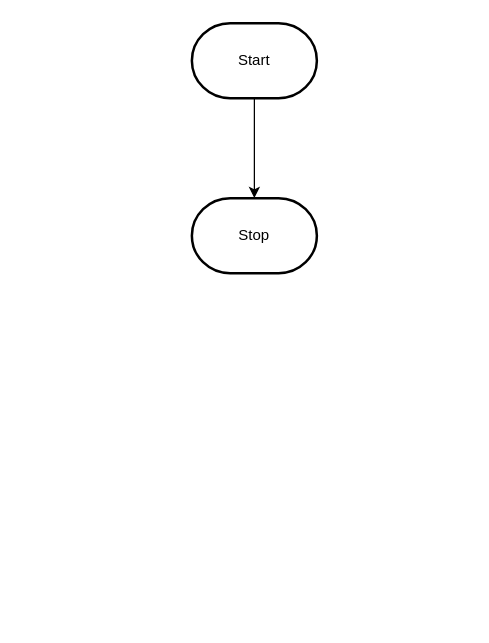
The draw.io diagram design/flowchart.drawio in MTHS-ICS2O-2-2022/ICS2O-Unit-5-07-jakub-malhotra, before the edit. Source tidied: cells renumbered, new cells numbered last; positions are measured from the earlier drawing's top-left corner, leaving out a move shared by most shapes. Both pictures are drawn from the tidied source at 125%, with x=0, y=0 at pixel (191, 22).
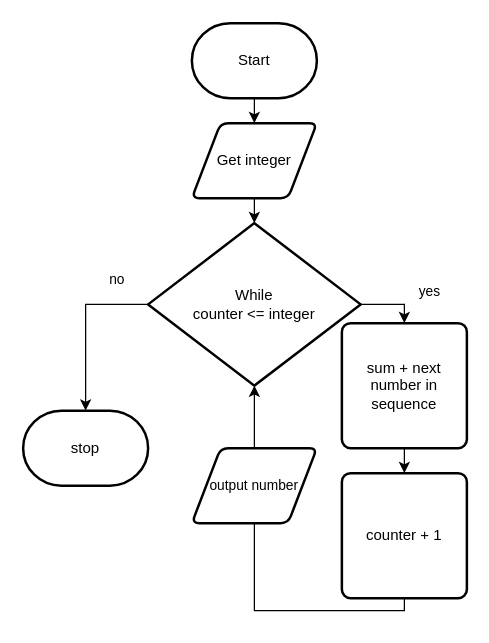
The same diagram, later.

Change to the diagram source:
```diff
@@
 <mxGraphModel>
   <root>
     <mxCell id="0" />
     <mxCell id="1" parent="0" />
-    <mxCell id="2" style="edgeStyle=orthogonalEdgeStyle;html=1;rounded=0;" parent="1" edge="1" source="3" target="4">
-      <mxGeometry relative="1" as="geometry" />
-    </mxCell>
+    <mxCell id="5" style="edgeStyle=none;html=1;" parent="1" edge="1" source="3" target="7">
+      <mxGeometry relative="1" as="geometry" />
+    </mxCell>
     <mxCell id="3" value="Start" style="strokeWidth=2;html=1;shape=mxgraph.flowchart.terminator;whiteSpace=wrap;" parent="1" vertex="1">
       <mxGeometry width="100" height="60" as="geometry" />
     </mxCell>
-    <mxCell id="4" value="Stop" style="strokeWidth=2;html=1;shape=mxgraph.flowchart.terminator;whiteSpace=wrap;" parent="1" vertex="1">
-      <mxGeometry y="140" width="100" height="60" as="geometry" />
-    </mxCell>
+    <mxCell id="6" style="edgeStyle=none;html=1;exitX=0.5;exitY=1;exitDx=0;exitDy=0;entryX=0.5;entryY=0;entryDx=0;entryDy=0;entryPerimeter=0;" parent="1" edge="1" source="7" target="11">
+      <mxGeometry relative="1" as="geometry" />
+    </mxCell>
+    <mxCell id="7" value="Get integer" style="shape=parallelogram;html=1;strokeWidth=2;perimeter=parallelogramPerimeter;whiteSpace=wrap;rounded=1;arcSize=12;size=0.23;" parent="1" vertex="1">
+      <mxGeometry y="80" width="100" height="60" as="geometry" />
+    </mxCell>
+    <mxCell id="8" style="edgeStyle=none;html=1;entryX=0.5;entryY=0;entryDx=0;entryDy=0;entryPerimeter=0;" parent="1" edge="1" target="11">
+      <mxGeometry relative="1" as="geometry">
+        <mxPoint x="50" y="200" as="sourcePoint" />
+      </mxGeometry>
+    </mxCell>
+    <mxCell id="9" style="edgeStyle=orthogonalEdgeStyle;html=1;exitX=1;exitY=0.5;exitDx=0;exitDy=0;exitPerimeter=0;entryX=0.5;entryY=0;entryDx=0;entryDy=0;rounded=0;" parent="1" edge="1" source="11" target="13">
+      <mxGeometry relative="1" as="geometry" />
+    </mxCell>
+    <mxCell id="10" style="edgeStyle=orthogonalEdgeStyle;html=1;exitX=0;exitY=0.5;exitDx=0;exitDy=0;exitPerimeter=0;entryX=0.5;entryY=0;entryDx=0;entryDy=0;entryPerimeter=0;rounded=0;" parent="1" edge="1" source="11" target="18">
+      <mxGeometry relative="1" as="geometry" />
+    </mxCell>
+    <mxCell id="11" value="While&lt;br&gt;counter &amp;lt;= integer" style="strokeWidth=2;html=1;shape=mxgraph.flowchart.decision;whiteSpace=wrap;" parent="1" vertex="1">
+      <mxGeometry x="-35" y="160" width="170" height="130" as="geometry" />
+    </mxCell>
+    <mxCell id="12" style="edgeStyle=orthogonalEdgeStyle;shape=connector;rounded=0;html=1;exitX=0.5;exitY=1;exitDx=0;exitDy=0;entryX=0.5;entryY=0;entryDx=0;entryDy=0;labelBackgroundColor=default;strokeColor=default;fontFamily=Helvetica;fontSize=11;fontColor=default;endArrow=classic;" parent="1" edge="1" source="13" target="15">
+      <mxGeometry relative="1" as="geometry" />
+    </mxCell>
+    <mxCell id="13" value="sum + next number in sequence" style="rounded=1;whiteSpace=wrap;html=1;absoluteArcSize=1;arcSize=14;strokeWidth=2;" parent="1" vertex="1">
+      <mxGeometry x="120" y="240" width="100" height="100" as="geometry" />
+    </mxCell>
+    <mxCell id="14" style="edgeStyle=orthogonalEdgeStyle;shape=connector;rounded=0;html=1;exitX=0.5;exitY=1;exitDx=0;exitDy=0;entryX=0.5;entryY=1;entryDx=0;entryDy=0;entryPerimeter=0;labelBackgroundColor=default;strokeColor=default;fontFamily=Helvetica;fontSize=11;fontColor=default;endArrow=classic;" parent="1" edge="1" source="15" target="11">
+      <mxGeometry relative="1" as="geometry" />
+    </mxCell>
+    <mxCell id="15" value="counter + 1" style="rounded=1;whiteSpace=wrap;html=1;absoluteArcSize=1;arcSize=14;strokeWidth=2;" parent="1" vertex="1">
+      <mxGeometry x="120" y="360" width="100" height="100" as="geometry" />
+    </mxCell>
+    <mxCell id="16" value="yes" style="text;html=1;align=center;verticalAlign=middle;strokeColor=none;fillColor=none;fontSize=11;fontFamily=Helvetica;fontColor=default;" parent="1" vertex="1">
+      <mxGeometry x="170" y="200" width="40" height="30" as="geometry" />
+    </mxCell>
+    <mxCell id="17" value="output number" style="shape=parallelogram;html=1;strokeWidth=2;perimeter=parallelogramPerimeter;whiteSpace=wrap;rounded=1;arcSize=12;size=0.23;fontFamily=Helvetica;fontSize=11;fontColor=default;" parent="1" vertex="1">
+      <mxGeometry y="340" width="100" height="60" as="geometry" />
+    </mxCell>
+    <mxCell id="18" value="stop" style="strokeWidth=2;html=1;shape=mxgraph.flowchart.terminator;whiteSpace=wrap;" parent="1" vertex="1">
+      <mxGeometry x="-135" y="310" width="100" height="60" as="geometry" />
+    </mxCell>
+    <mxCell id="19" value="no" style="text;html=1;align=center;verticalAlign=middle;strokeColor=none;fillColor=none;fontSize=11;fontFamily=Helvetica;fontColor=default;" parent="1" vertex="1">
+      <mxGeometry x="-80" y="190" width="40" height="30" as="geometry" />
+    </mxCell>
   </root>
 </mxGraphModel>
```
